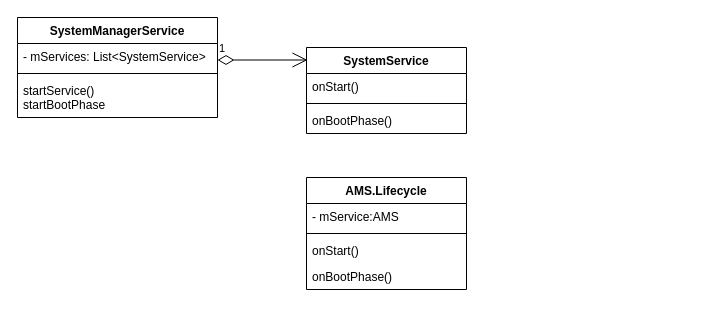
Earlier version of the draw.io diagram AMS-UML.drawio (bocurry/bocurry). Source tidied: cells renumbered, new cells numbered last; positions are measured from the earlier drawing's top-left corner, leaving out a move shared by most shapes. Both pictures are drawn from the tidied source at 100%, with x=0, y=0 at pixel (17, 17).
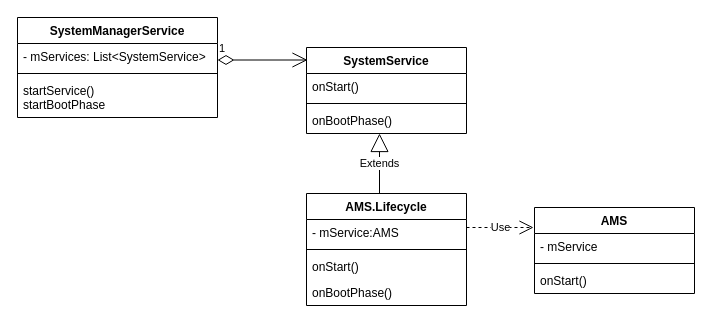
Above is the later version.

Change to the diagram source:
```diff
@@
     <mxCell id="11" value="AMS.Lifecycle" style="swimlane;fontStyle=1;align=center;verticalAlign=top;horizontal=1;startSize=26;whiteSpace=wrap;html=1;" parent="1" vertex="1">
-      <mxGeometry x="289" y="160" width="160" height="112" as="geometry" />
+      <mxGeometry x="289" y="176" width="160" height="112" as="geometry" />
     </mxCell>
@@
+    <mxCell id="16" value="AMS" style="swimlane;fontStyle=1;align=center;verticalAlign=top;horizontal=1;startSize=26;whiteSpace=wrap;html=1;" parent="1" vertex="1">
+      <mxGeometry x="517" y="190" width="160" height="86" as="geometry" />
+    </mxCell>
+    <mxCell id="17" value="- mService" style="text;strokeColor=none;fillColor=none;align=left;verticalAlign=top;spacingLeft=4;spacingRight=4;overflow=hidden;whiteSpace=wrap;html=1;" parent="16" vertex="1">
+      <mxGeometry y="26" width="160" height="26" as="geometry" />
+    </mxCell>
+    <mxCell id="18" style="line;strokeWidth=1;fillColor=none;align=left;verticalAlign=middle;spacingTop=-1;spacingLeft=3;spacingRight=3;labelPosition=right;strokeColor=inherit;" parent="16" vertex="1">
+      <mxGeometry y="52" width="160" height="8" as="geometry" />
+    </mxCell>
+    <mxCell id="19" value="onStart()" style="text;strokeColor=none;fillColor=none;align=left;verticalAlign=top;spacingLeft=4;spacingRight=4;overflow=hidden;whiteSpace=wrap;html=1;" parent="16" vertex="1">
+      <mxGeometry y="60" width="160" height="26" as="geometry" />
+    </mxCell>
+    <mxCell id="20" value="Use" style="endArrow=open;endSize=12;dashed=1;html=1;rounded=0;edgeStyle=orthogonalEdgeStyle;" parent="1" edge="1">
+      <mxGeometry relative="1" as="geometry">
+        <mxPoint x="449" y="210" as="sourcePoint" />
+        <mxPoint x="516" y="210" as="targetPoint" />
+      </mxGeometry>
+    </mxCell>
+    <mxCell id="21" value="Extends" style="endArrow=block;endSize=16;endFill=0;html=1;rounded=0;edgeStyle=orthogonalEdgeStyle;" parent="1" edge="1">
+      <mxGeometry relative="1" as="geometry">
+        <mxPoint x="362" y="176" as="sourcePoint" />
+        <mxPoint x="362" y="116" as="targetPoint" />
+        <Array as="points">
+          <mxPoint x="362" y="144" />
+          <mxPoint x="362" y="144" />
+        </Array>
+      </mxGeometry>
+    </mxCell>
```
